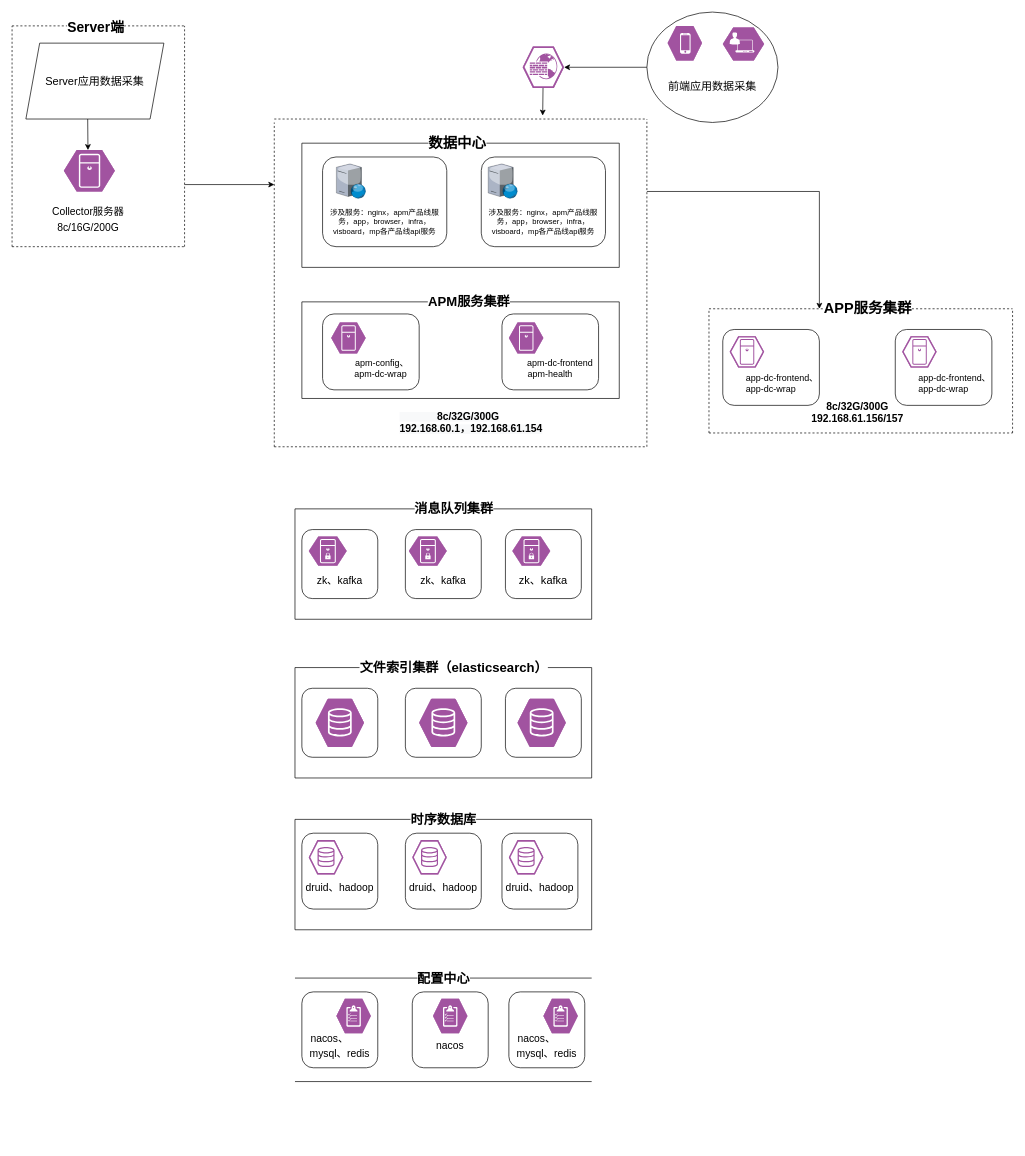
Above: 联合利华.drawio in zeng0550/free-programming-books (draw.io), before the change. Source tidied: cells renumbered, new cells numbered last; positions are measured from the earlier drawing's top-left corner, leaving out a move shared by most shapes. Both pictures are drawn from the tidied source at 69%, with x=0, y=0 at pixel (12, 12).
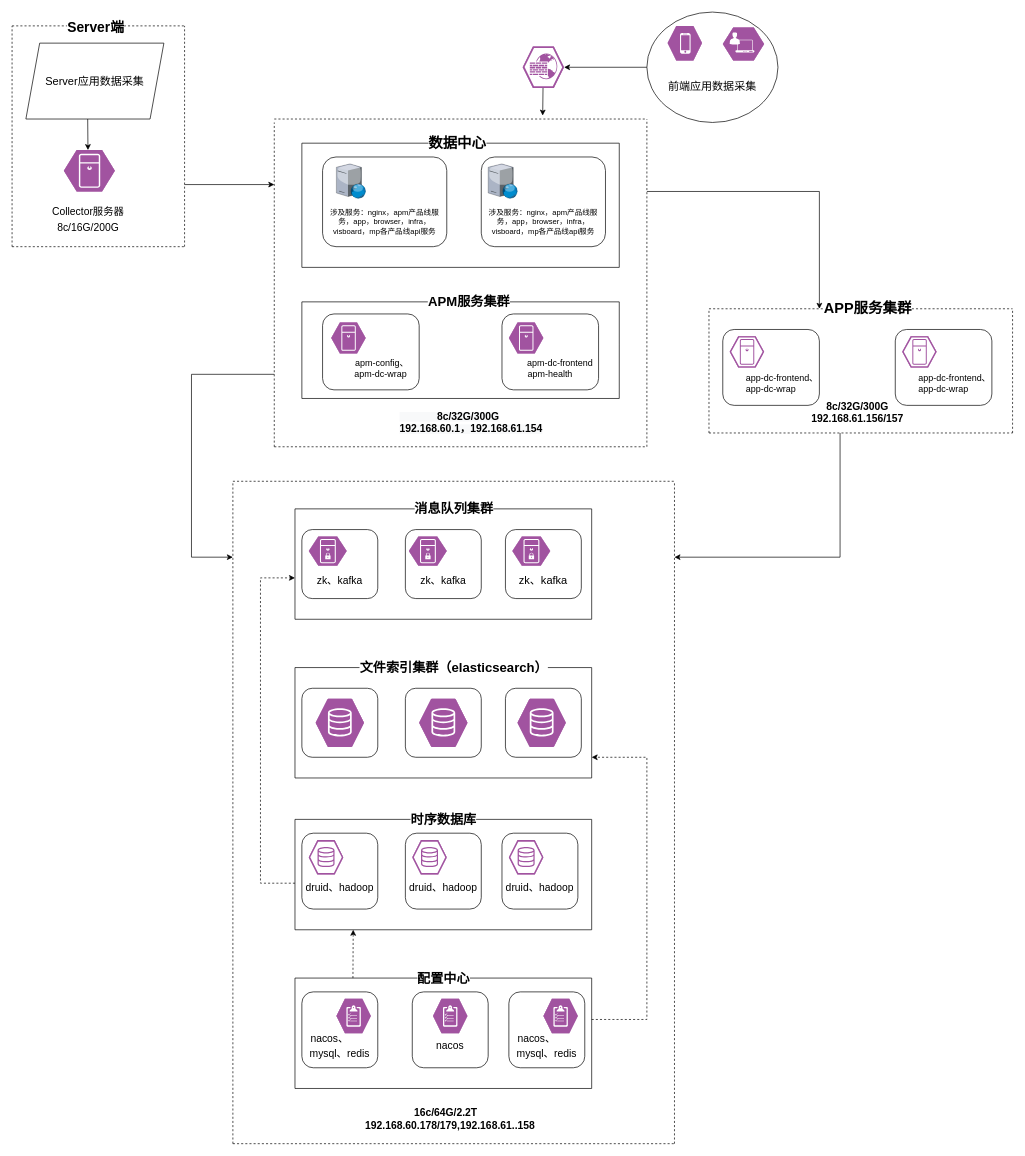
After the change.

Commit message (it also covers changes not shown here):
更新联合利华.drawio

Diff of the diagram source:
```diff
@@
     <mxCell id="87" style="endArrow=none;html=1;rounded=0;strokeColor=default;fontSize=19;" parent="1" edge="1">
       <mxGeometry relative="1" as="geometry">
-        <mxPoint x="410" y="1550" as="sourcePoint" />
-        <mxPoint x="840" y="1550" as="targetPoint" />
+        <mxPoint x="410" y="1560" as="sourcePoint" />
+        <mxPoint x="840" y="1560" as="targetPoint" />
       </mxGeometry>
     </mxCell>
@@
+    <mxCell id="94" style="endArrow=none;html=1;rounded=0;strokeColor=default;fontSize=19;" parent="1" edge="1">
+      <mxGeometry relative="1" as="geometry">
+        <mxPoint x="840" y="1560" as="sourcePoint" />
+        <mxPoint x="840" y="1400" as="targetPoint" />
+      </mxGeometry>
+    </mxCell>
+    <mxCell id="95" style="endArrow=none;html=1;rounded=0;strokeColor=default;fontSize=19;" parent="1" edge="1">
+      <mxGeometry relative="1" as="geometry">
+        <mxPoint x="410" y="1560" as="sourcePoint" />
+        <mxPoint x="410" y="1400" as="targetPoint" />
+      </mxGeometry>
+    </mxCell>
+    <mxCell id="96" style="endArrow=none;dashed=1;html=1;rounded=0;fontSize=19;" parent="1" edge="1">
+      <mxGeometry relative="1" as="geometry">
+        <mxPoint x="320" y="1640" as="sourcePoint" />
+        <mxPoint x="320" y="680" as="targetPoint" />
+      </mxGeometry>
+    </mxCell>
+    <mxCell id="97" style="endArrow=none;dashed=1;html=1;rounded=0;fontSize=19;" parent="1" edge="1">
+      <mxGeometry relative="1" as="geometry">
+        <mxPoint x="960" y="1640" as="sourcePoint" />
+        <mxPoint x="960" y="680" as="targetPoint" />
+      </mxGeometry>
+    </mxCell>
+    <mxCell id="98" style="endArrow=none;dashed=1;html=1;rounded=0;fontSize=11;" parent="1" edge="1">
+      <mxGeometry relative="1" as="geometry">
+        <mxPoint x="320" y="680" as="sourcePoint" />
+        <mxPoint x="960" y="680" as="targetPoint" />
+      </mxGeometry>
+    </mxCell>
+    <mxCell id="99" style="endArrow=none;dashed=1;html=1;rounded=0;fontSize=11;" parent="1" edge="1">
+      <mxGeometry relative="1" as="geometry">
+        <mxPoint x="320" y="1640" as="sourcePoint" />
+        <mxPoint x="960" y="1640" as="targetPoint" />
+      </mxGeometry>
+    </mxCell>
+    <mxCell id="100" value="&lt;font style=&quot;font-size: 15px;&quot;&gt;&lt;b&gt;&amp;nbsp; &amp;nbsp; &amp;nbsp; &amp;nbsp; &amp;nbsp; &amp;nbsp; &amp;nbsp; &amp;nbsp; &amp;nbsp;16c/64G/2.2T&lt;br&gt;192.168.60.178/179,192.168.61..158&lt;/b&gt;&lt;/font&gt;" style="text;whiteSpace=wrap;html=1;fontSize=15;" parent="1" vertex="1">
+      <mxGeometry x="510" y="1580" width="290" height="60" as="geometry" />
+    </mxCell>
+    <mxCell id="101" style="endArrow=classic;html=1;rounded=0;strokeColor=default;fontSize=15;" parent="1" edge="1">
+      <mxGeometry relative="1" as="geometry">
+        <mxPoint x="380" y="525" as="sourcePoint" />
+        <mxPoint x="320" y="790" as="targetPoint" />
+        <Array as="points">
+          <mxPoint x="260" y="525" />
+          <mxPoint x="260" y="790" />
+        </Array>
+      </mxGeometry>
+    </mxCell>
+    <mxCell id="102" style="endArrow=classic;html=1;rounded=0;strokeColor=default;fontSize=15;" parent="1" edge="1">
+      <mxGeometry relative="1" as="geometry">
+        <mxPoint x="1200" y="610" as="sourcePoint" />
+        <mxPoint x="960" y="790" as="targetPoint" />
+        <Array as="points">
+          <mxPoint x="1200" y="790" />
+        </Array>
+      </mxGeometry>
+    </mxCell>
+    <mxCell id="103" style="endArrow=classic;html=1;rounded=0;strokeColor=default;fontSize=15;dashed=1;" parent="1" edge="1">
+      <mxGeometry relative="1" as="geometry">
+        <mxPoint x="494" y="1400" as="sourcePoint" />
+        <mxPoint x="494.4" y="1330" as="targetPoint" />
+      </mxGeometry>
+    </mxCell>
+    <mxCell id="104" style="endArrow=classic;html=1;rounded=0;strokeColor=default;fontSize=15;dashed=1;" parent="1" edge="1">
+      <mxGeometry relative="1" as="geometry">
+        <mxPoint x="840" y="1460" as="sourcePoint" />
+        <mxPoint x="840" y="1080" as="targetPoint" />
+        <Array as="points">
+          <mxPoint x="920" y="1460" />
+          <mxPoint x="920" y="1080" />
+        </Array>
+      </mxGeometry>
+    </mxCell>
+    <mxCell id="105" style="endArrow=classic;html=1;rounded=0;strokeColor=default;fontSize=15;dashed=1;" parent="1" edge="1">
+      <mxGeometry relative="1" as="geometry">
+        <mxPoint x="410" y="1262.5" as="sourcePoint" />
+        <mxPoint x="410" y="820" as="targetPoint" />
+        <Array as="points">
+          <mxPoint x="360" y="1262.5" />
+          <mxPoint x="360" y="820" />
+        </Array>
+      </mxGeometry>
+    </mxCell>
```
